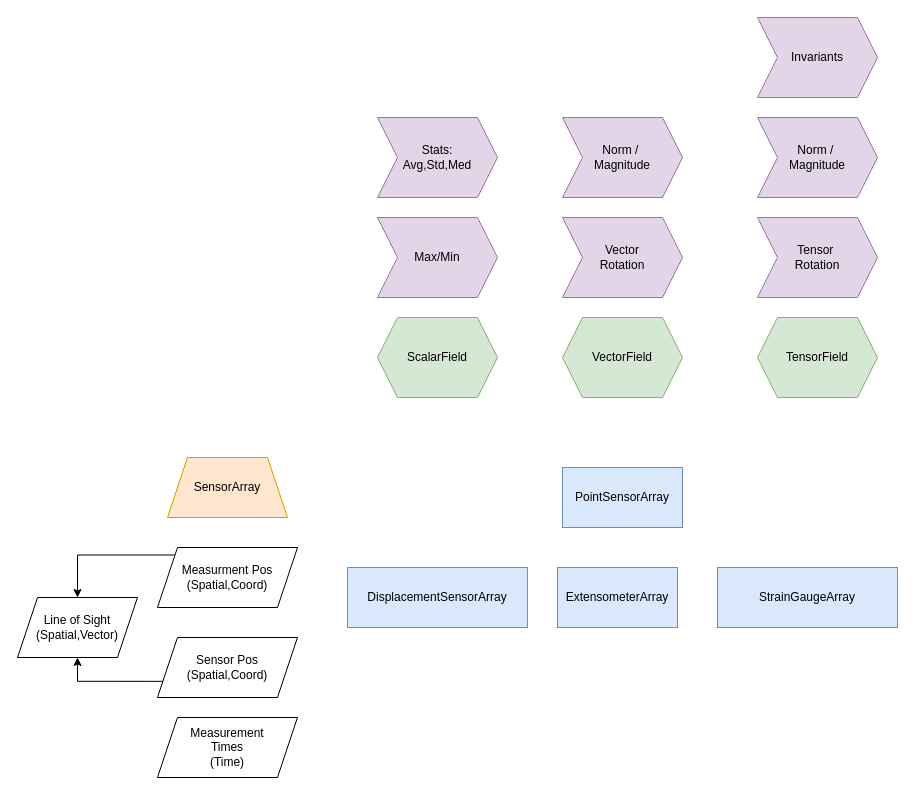
This is devscripts/pyvale_sensor_structure.drawio from Digital-Validation-Laboratory/pyvale, a draw.io file, before an edit. Source tidied: cells renumbered, new cells numbered last; positions are measured from the earlier drawing's top-left corner, leaving out a move shared by most shapes. Both pictures are drawn from the tidied source at 100%, with x=0, y=0 at pixel (17, 17).
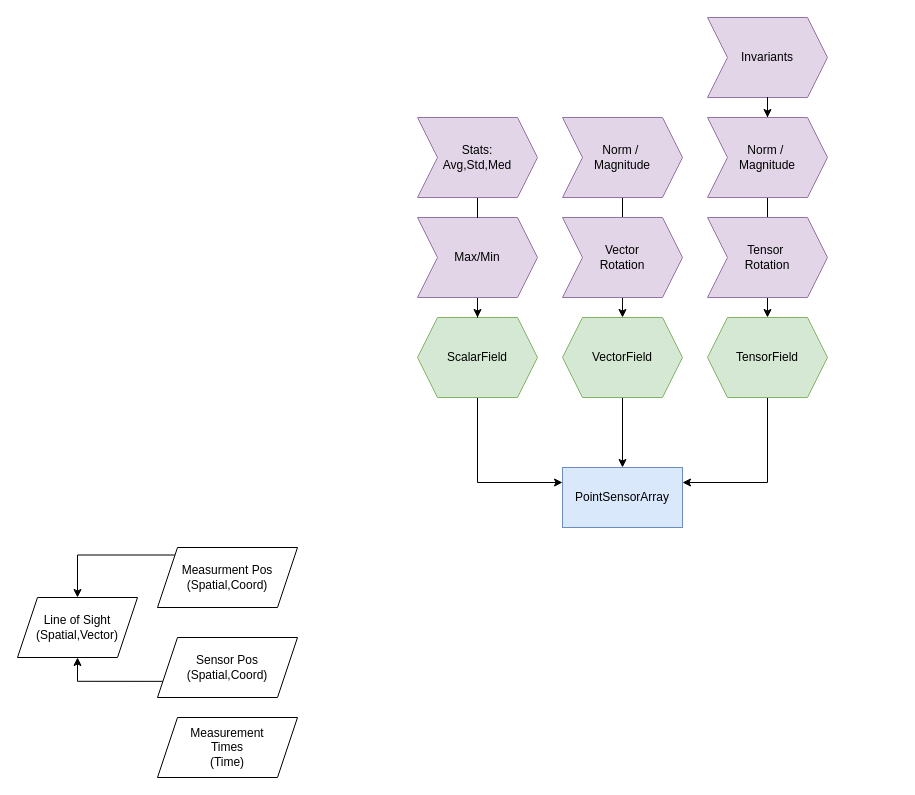
The same page after the edit.

Unchanged cells that the change refers to:
```xml
<mxCell id="2" value="PointSensorArray" style="rounded=0;whiteSpace=wrap;html=1;fillColor=#dae8fc;strokeColor=#6c8ebf;" parent="1" vertex="1">
  <mxGeometry x="545" y="450" width="120" height="60" as="geometry" />
</mxCell>
<mxCell id="4" value="VectorField" style="shape=hexagon;perimeter=hexagonPerimeter2;whiteSpace=wrap;html=1;fixedSize=1;fillColor=#d5e8d4;strokeColor=#82b366;" parent="1" vertex="1">
  <mxGeometry x="545" y="300" width="120" height="80" as="geometry" />
</mxCell>
<mxCell id="12" value="Norm /&amp;nbsp;&lt;div&gt;Magnitude&lt;/div&gt;" style="shape=step;perimeter=stepPerimeter;whiteSpace=wrap;html=1;fixedSize=1;fillColor=#e1d5e7;strokeColor=#9673a6;" parent="1" vertex="1">
  <mxGeometry x="545" y="100" width="120" height="80" as="geometry" />
</mxCell>
```

What changed in the source:
```diff
@@
+    <mxCell id="23" style="edgeStyle=orthogonalEdgeStyle;rounded=0;jettySize=auto;html=1;entryX=0;entryY=0.25;entryDx=0;entryDy=0;exitX=0.5;exitY=1;exitDx=0;exitDy=0;" parent="1" edge="1" source="3" target="2">
+      <mxGeometry relative="1" as="geometry" />
+    </mxCell>
     <mxCell id="3" value="ScalarField" style="shape=hexagon;perimeter=hexagonPerimeter2;whiteSpace=wrap;html=1;fixedSize=1;fillColor=#d5e8d4;strokeColor=#82b366;" parent="1" vertex="1">
-      <mxGeometry x="360" y="300" width="120" height="80" as="geometry" />
+      <mxGeometry x="400" y="300" width="120" height="80" as="geometry" />
     </mxCell>
+    <mxCell id="24" style="edgeStyle=orthogonalEdgeStyle;rounded=0;jettySize=auto;html=1;exitX=0.5;exitY=1;exitDx=0;exitDy=0;entryX=0.5;entryY=0;entryDx=0;entryDy=0;" parent="1" edge="1" source="4" target="2">
+      <mxGeometry relative="1" as="geometry" />
+    </mxCell>
@@
+    <mxCell id="25" style="edgeStyle=orthogonalEdgeStyle;rounded=0;jettySize=auto;html=1;exitX=0.5;exitY=1;exitDx=0;exitDy=0;entryX=1;entryY=0.25;entryDx=0;entryDy=0;" parent="1" edge="1" source="5" target="2">
+      <mxGeometry relative="1" as="geometry" />
+    </mxCell>
     <mxCell id="5" value="TensorField" style="shape=hexagon;perimeter=hexagonPerimeter2;whiteSpace=wrap;html=1;fixedSize=1;fillColor=#d5e8d4;strokeColor=#82b366;" parent="1" vertex="1">
-      <mxGeometry x="740" y="300" width="120" height="80" as="geometry" />
+      <mxGeometry x="690" y="300" width="120" height="80" as="geometry" />
     </mxCell>
-    <mxCell id="6" value="SensorArray" style="shape=trapezoid;perimeter=trapezoidPerimeter;whiteSpace=wrap;html=1;fixedSize=1;fillColor=#ffe6cc;strokeColor=#d79b00;" parent="1" vertex="1">
-      <mxGeometry x="150" y="440" width="120" height="60" as="geometry" />
-    </mxCell>
-    <mxCell id="7" value="ExtensometerArray" style="rounded=0;whiteSpace=wrap;html=1;fillColor=#dae8fc;strokeColor=#6c8ebf;" parent="1" vertex="1">
-      <mxGeometry x="540" y="550" width="120" height="60" as="geometry" />
-    </mxCell>
@@
+    <mxCell id="26" style="edgeStyle=orthogonalEdgeStyle;rounded=0;jettySize=auto;html=1;" parent="1" edge="1" source="12" target="4">
+      <mxGeometry relative="1" as="geometry" />
+    </mxCell>
@@
-    <mxCell id="14" value="Tensor&amp;nbsp;&lt;div&gt;Rotation&lt;div&gt;&lt;/div&gt;&lt;/div&gt;" style="shape=step;perimeter=stepPerimeter;whiteSpace=wrap;html=1;fixedSize=1;fillColor=#e1d5e7;strokeColor=#9673a6;" parent="1" vertex="1">
-      <mxGeometry x="740" y="200" width="120" height="80" as="geometry" />
-    </mxCell>
+    <mxCell id="27" style="edgeStyle=orthogonalEdgeStyle;rounded=0;jettySize=auto;html=1;" parent="1" edge="1" source="15" target="3">
+      <mxGeometry relative="1" as="geometry" />
+    </mxCell>
     <mxCell id="15" value="Max/Min" style="shape=step;perimeter=stepPerimeter;whiteSpace=wrap;html=1;fixedSize=1;fillColor=#e1d5e7;strokeColor=#9673a6;" parent="1" vertex="1">
-      <mxGeometry x="360" y="200" width="120" height="80" as="geometry" />
+      <mxGeometry x="400" y="200" width="120" height="80" as="geometry" />
     </mxCell>
+    <mxCell id="28" style="edgeStyle=orthogonalEdgeStyle;rounded=0;jettySize=auto;html=1;endArrow=none;endFill=0;" parent="1" edge="1" source="16" target="15">
+      <mxGeometry relative="1" as="geometry" />
+    </mxCell>
     <mxCell id="16" value="Stats:&lt;div&gt;Avg,Std,Med&lt;/div&gt;" style="shape=step;perimeter=stepPerimeter;whiteSpace=wrap;html=1;fixedSize=1;fillColor=#e1d5e7;strokeColor=#9673a6;" parent="1" vertex="1">
-      <mxGeometry x="360" y="100" width="120" height="80" as="geometry" />
+      <mxGeometry x="400" y="100" width="120" height="80" as="geometry" />
     </mxCell>
-    <mxCell id="17" value="Norm /&amp;nbsp;&lt;div&gt;Magnitude&lt;/div&gt;" style="shape=step;perimeter=stepPerimeter;whiteSpace=wrap;html=1;fixedSize=1;fillColor=#e1d5e7;strokeColor=#9673a6;" parent="1" vertex="1">
-      <mxGeometry x="740" y="100" width="120" height="80" as="geometry" />
-    </mxCell>
+    <mxCell id="29" style="edgeStyle=orthogonalEdgeStyle;rounded=0;jettySize=auto;html=1;" parent="1" edge="1" source="17" target="5">
+      <mxGeometry relative="1" as="geometry" />
+    </mxCell>
     <mxCell id="18" value="Invariants" style="shape=step;perimeter=stepPerimeter;whiteSpace=wrap;html=1;fixedSize=1;fillColor=#e1d5e7;strokeColor=#9673a6;" parent="1" vertex="1">
-      <mxGeometry x="740" width="120" height="80" as="geometry" />
+      <mxGeometry x="690" width="120" height="80" as="geometry" />
     </mxCell>
@@
-    <mxCell id="21" value="DisplacementSensorArray" style="rounded=0;whiteSpace=wrap;html=1;fillColor=#dae8fc;strokeColor=#6c8ebf;" parent="1" vertex="1">
-      <mxGeometry x="330" y="550" width="180" height="60" as="geometry" />
-    </mxCell>
-    <mxCell id="22" value="StrainGaugeArray" style="rounded=0;whiteSpace=wrap;html=1;fillColor=#dae8fc;strokeColor=#6c8ebf;" parent="1" vertex="1">
-      <mxGeometry x="700" y="550" width="180" height="60" as="geometry" />
-    </mxCell>
+    <mxCell id="14" value="Tensor&amp;nbsp;&lt;div&gt;Rotation&lt;div&gt;&lt;/div&gt;&lt;/div&gt;" style="shape=step;perimeter=stepPerimeter;whiteSpace=wrap;html=1;fixedSize=1;fillColor=#e1d5e7;strokeColor=#9673a6;" parent="1" vertex="1">
+      <mxGeometry x="690" y="200" width="120" height="80" as="geometry" />
+    </mxCell>
+    <mxCell id="30" style="edgeStyle=orthogonalEdgeStyle;rounded=0;jettySize=auto;html=1;" parent="1" edge="1" source="18" target="17">
+      <mxGeometry relative="1" as="geometry" />
+    </mxCell>
+    <mxCell id="17" value="Norm /&amp;nbsp;&lt;div&gt;Magnitude&lt;/div&gt;" style="shape=step;perimeter=stepPerimeter;whiteSpace=wrap;html=1;fixedSize=1;fillColor=#e1d5e7;strokeColor=#9673a6;" parent="1" vertex="1">
+      <mxGeometry x="690" y="100" width="120" height="80" as="geometry" />
+    </mxCell>
```
